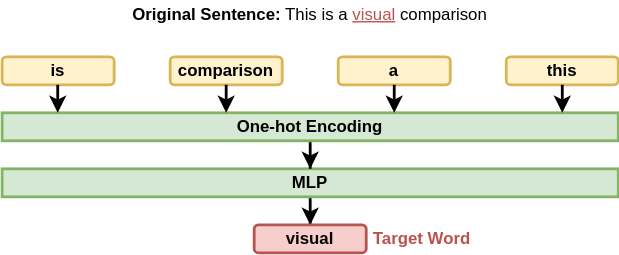
yyhtbs-yye/course_images keeps this draw.io diagram as word_embedding_cbow.svg. Above is the earlier version. Source tidied: cells renumbered, new cells last; positions are measured from the earlier drawing's top-left corner, leaving out a move shared by most shapes.
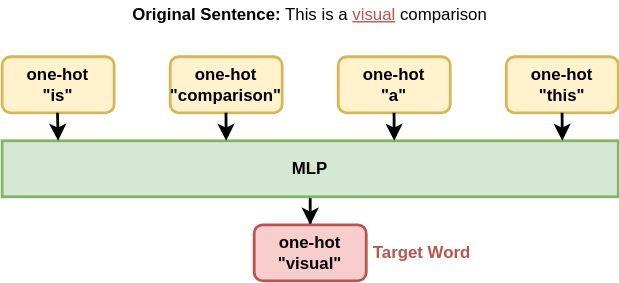
After the change.

What changed in the source:
```diff
@@ -2,58 +2,52 @@
   <root>
     <mxCell id="0" />
     <mxCell id="1" parent="0" />
-    <mxCell id="2" value="is" style="rounded=1;whiteSpace=wrap;html=1;fillColor=#fff2cc;strokeColor=#d6b656;strokeWidth=2;fontStyle=1;" parent="1" vertex="1">
-      <mxGeometry y="40" width="80" height="20" as="geometry" />
+    <mxCell id="2" value="one-hot&lt;br&gt;&quot;is&quot;" style="rounded=1;whiteSpace=wrap;html=1;fillColor=#fff2cc;strokeColor=#d6b656;strokeWidth=2;fontStyle=1;" parent="1" vertex="1">
+      <mxGeometry y="40" width="80" height="40" as="geometry" />
     </mxCell>
-    <mxCell id="3" value="comparison" style="rounded=1;whiteSpace=wrap;html=1;fillColor=#fff2cc;strokeColor=#d6b656;strokeWidth=2;fontStyle=1;" parent="1" vertex="1">
-      <mxGeometry x="120" y="40" width="80" height="20" as="geometry" />
+    <mxCell id="3" value="one-hot&lt;br&gt;&quot;comparison&quot;" style="rounded=1;whiteSpace=wrap;html=1;fillColor=#fff2cc;strokeColor=#d6b656;strokeWidth=2;fontStyle=1;" parent="1" vertex="1">
+      <mxGeometry x="120" y="40" width="80" height="40" as="geometry" />
     </mxCell>
-    <mxCell id="4" value="a" style="rounded=1;whiteSpace=wrap;html=1;fillColor=#fff2cc;strokeColor=#d6b656;strokeWidth=2;fontStyle=1;" parent="1" vertex="1">
-      <mxGeometry x="240" y="40" width="80" height="20" as="geometry" />
+    <mxCell id="4" value="one-hot&lt;br&gt;&quot;a&quot;" style="rounded=1;whiteSpace=wrap;html=1;fillColor=#fff2cc;strokeColor=#d6b656;strokeWidth=2;fontStyle=1;" parent="1" vertex="1">
+      <mxGeometry x="240" y="40" width="80" height="40" as="geometry" />
     </mxCell>
-    <mxCell id="5" value="this" style="rounded=1;whiteSpace=wrap;html=1;fillColor=#fff2cc;strokeColor=#d6b656;strokeWidth=2;fontStyle=1;" parent="1" vertex="1">
-      <mxGeometry x="360" y="40" width="80" height="20" as="geometry" />
+    <mxCell id="5" value="one-hot &quot;this&quot;" style="rounded=1;whiteSpace=wrap;html=1;fillColor=#fff2cc;strokeColor=#d6b656;strokeWidth=2;fontStyle=1;" parent="1" vertex="1">
+      <mxGeometry x="360" y="40" width="80" height="40" as="geometry" />
     </mxCell>
     <mxCell id="6" style="edgeStyle=orthogonalEdgeStyle;rounded=0;jettySize=auto;html=1;strokeWidth=2;" parent="1" edge="1" source="7" target="8">
       <mxGeometry relative="1" as="geometry" />
     </mxCell>
     <mxCell id="7" value="MLP" style="rounded=0;whiteSpace=wrap;html=1;strokeWidth=2;fontStyle=1;fillColor=#d5e8d4;strokeColor=#82b366;" parent="1" vertex="1">
-      <mxGeometry y="120" width="440" height="20" as="geometry" />
+      <mxGeometry y="100" width="440" height="40" as="geometry" />
     </mxCell>
-    <mxCell id="8" value="visual" style="rounded=1;whiteSpace=wrap;html=1;fillColor=#f8cecc;strokeColor=#b85450;strokeWidth=2;fontStyle=1;" parent="1" vertex="1">
-      <mxGeometry x="180" y="160" width="80" height="20" as="geometry" />
+    <mxCell id="8" value="one-hot&lt;br&gt;&quot;visual&quot;" style="rounded=1;whiteSpace=wrap;html=1;fillColor=#f8cecc;strokeColor=#b85450;strokeWidth=2;fontStyle=1;" parent="1" vertex="1">
+      <mxGeometry x="180" y="160" width="80" height="40" as="geometry" />
     </mxCell>
     <mxCell id="9" value="Target Word" style="text;html=1;strokeColor=none;fillColor=none;align=center;verticalAlign=middle;whiteSpace=wrap;rounded=0;fontColor=#B85450;fontStyle=1;" parent="1" vertex="1">
-      <mxGeometry x="260" y="160" width="80" height="20" as="geometry" />
+      <mxGeometry x="260" y="170" width="80" height="20" as="geometry" />
     </mxCell>
-    <mxCell id="10" style="edgeStyle=orthogonalEdgeStyle;rounded=0;jettySize=auto;html=1;strokeWidth=2;" parent="1" edge="1" source="11" target="7">
-      <mxGeometry relative="1" as="geometry" />
-    </mxCell>
-    <mxCell id="11" value="One-hot Encoding" style="rounded=0;whiteSpace=wrap;html=1;strokeWidth=2;fontStyle=1;fillColor=#d5e8d4;strokeColor=#82b366;" parent="1" vertex="1">
-      <mxGeometry y="80" width="440" height="20" as="geometry" />
-    </mxCell>
     <mxCell id="12" style="endArrow=classic;html=1;rounded=0;strokeWidth=2;" parent="1" edge="1">
       <mxGeometry relative="1" as="geometry">
-        <mxPoint x="39.7" y="60" as="sourcePoint" />
-        <mxPoint x="39.7" y="80" as="targetPoint" />
+        <mxPoint x="39.6" y="80" as="sourcePoint" />
+        <mxPoint x="40" y="100" as="targetPoint" />
       </mxGeometry>
     </mxCell>
     <mxCell id="13" style="endArrow=classic;html=1;rounded=0;strokeWidth=2;" parent="1" edge="1">
       <mxGeometry relative="1" as="geometry">
-        <mxPoint x="160" y="60" as="sourcePoint" />
-        <mxPoint x="160" y="80" as="targetPoint" />
+        <mxPoint x="159.9" y="80" as="sourcePoint" />
+        <mxPoint x="160" y="100" as="targetPoint" />
       </mxGeometry>
     </mxCell>
     <mxCell id="14" style="endArrow=classic;html=1;rounded=0;strokeWidth=2;" parent="1" edge="1">
       <mxGeometry relative="1" as="geometry">
-        <mxPoint x="280" y="60" as="sourcePoint" />
-        <mxPoint x="280" y="80" as="targetPoint" />
+        <mxPoint x="279.9" y="80" as="sourcePoint" />
+        <mxPoint x="280" y="100" as="targetPoint" />
       </mxGeometry>
     </mxCell>
     <mxCell id="15" style="endArrow=classic;html=1;rounded=0;strokeWidth=2;" parent="1" edge="1">
       <mxGeometry relative="1" as="geometry">
-        <mxPoint x="400" y="60" as="sourcePoint" />
-        <mxPoint x="400" y="80" as="targetPoint" />
+        <mxPoint x="399.9" y="80" as="sourcePoint" />
+        <mxPoint x="400" y="100" as="targetPoint" />
       </mxGeometry>
     </mxCell>
     <mxCell id="16" value="&lt;b&gt;Original Sentence:&lt;/b&gt; This is a &lt;font color=&quot;#b85450&quot;&gt;&lt;u&gt;visual&lt;/u&gt; &lt;/font&gt;comparison" style="text;html=1;strokeColor=none;fillColor=none;align=center;verticalAlign=middle;whiteSpace=wrap;rounded=0;" parent="1" vertex="1">
```
